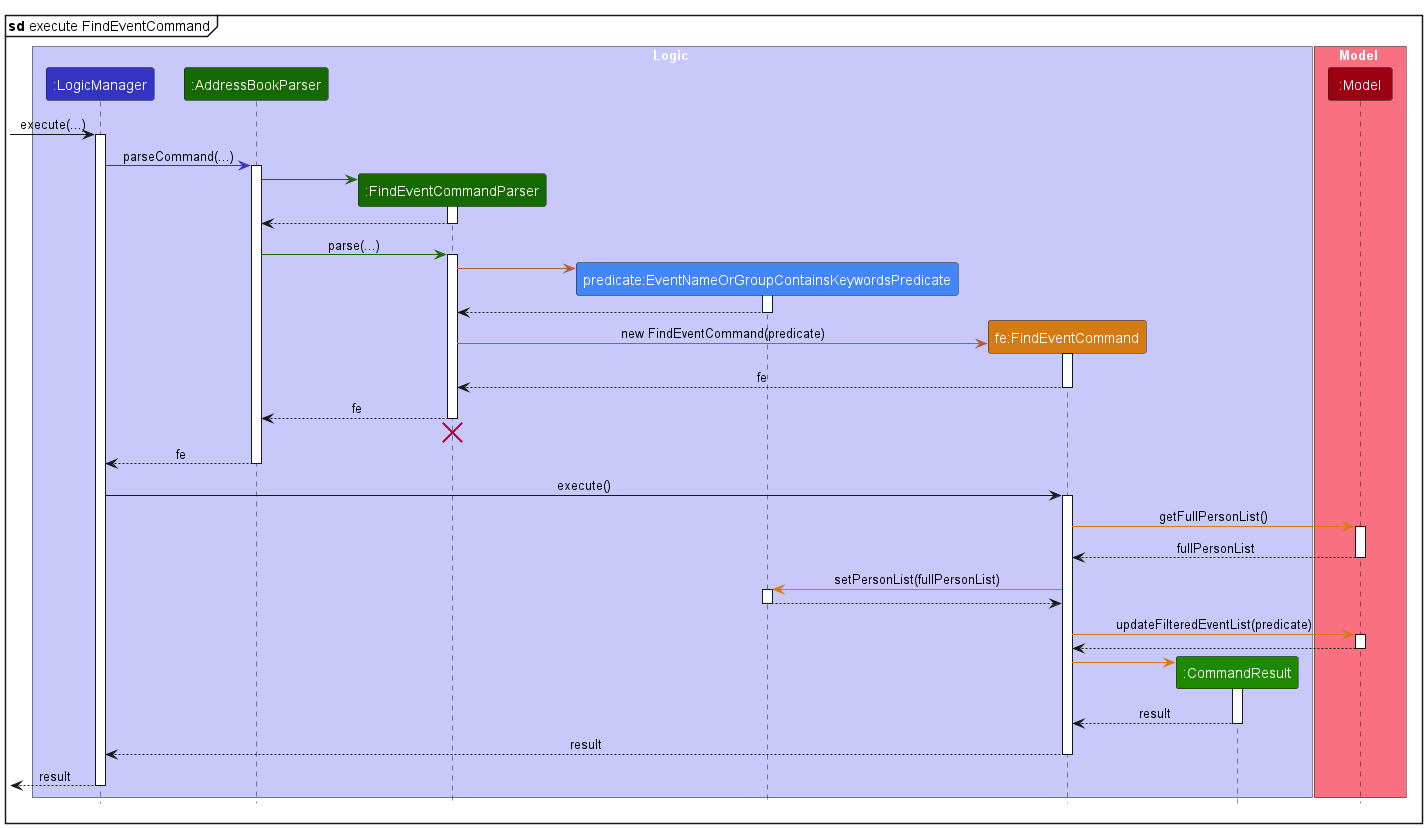
Above: docs/images/FindEventSequenceDiagram.png in nus-cs2103-AY2324S1/tp (PlantUML), before the change.
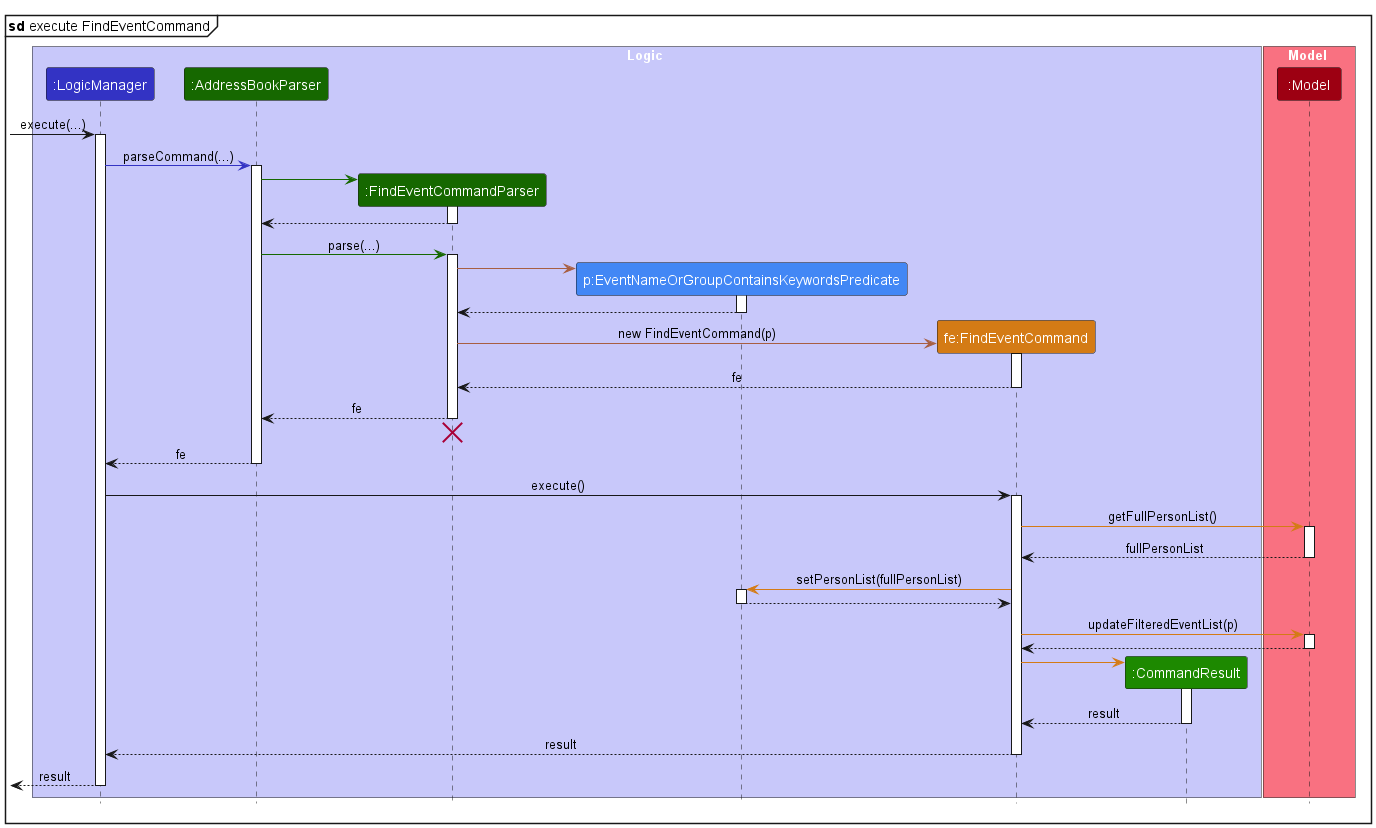
After the change.

The edit, as a diff of the source:
```diff
@@ -8,7 +8,7 @@
 participant ":LogicManager" as Logic LOGIC_COLOR
 participant ":AddressBookParser" as AddressBookParser ADDRESS_BOOK_PARSER_COLOR
 participant ":FindEventCommandParser" as FindEventCommandParser ADDRESS_BOOK_PARSER_COLOR
-participant "predicate:EventNameOrGroupContainsKeywordsPredicate" as EventNameOrGroupContainsKeywordsPredicate EVENT_CONTAIN_KEYWORD_COLOR
+participant "p:EventNameOrGroupContainsKeywordsPredicate" as EventNameOrGroupContainsKeywordsPredicate EVENT_CONTAIN_KEYWORD_COLOR
 participant "fe:FindEventCommand" as FindEventCommand FIND_COMMAND_COLOR
 participant ":CommandResult" as CommandResult COMMAND_RESULT_COLOR
 end box
@@ -41,7 +41,7 @@
 deactivate EventNameOrGroupContainsKeywordsPredicate
 
 create FindEventCommand
-FindEventCommandParser -[FIND_COMMAND_PARSER_COLOR]> FindEventCommand : new FindEventCommand(predicate)
+FindEventCommandParser -[FIND_COMMAND_PARSER_COLOR]> FindEventCommand : new FindEventCommand(p)
 activate FindEventCommand
 
 FindEventCommand --> FindEventCommandParser : fe
@@ -70,7 +70,7 @@
 EventNameOrGroupContainsKeywordsPredicate --> FindEventCommand
 deactivate EventNameOrGroupContainsKeywordsPredicate
 
-FindEventCommand -[FIND_COMMAND_COLOR]> Model : updateFilteredEventList(predicate)
+FindEventCommand -[FIND_COMMAND_COLOR]> Model : updateFilteredEventList(p)
 activate Model
 
 Model --> FindEventCommand
```
